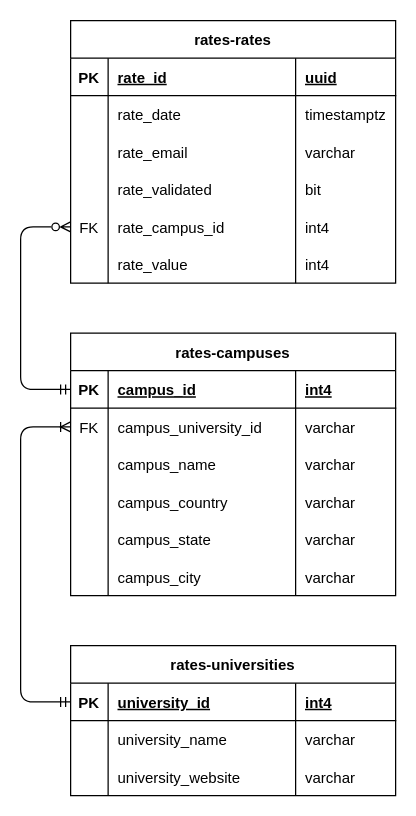
Above: page "database-schema" (3 of 3) of .docs/diagrams.drawio in caio-pavesi/rateauni-website (draw.io), before the change. Source tidied: cells renumbered, new cells numbered last; positions are measured from the earlier drawing's top-left corner, leaving out a move shared by most shapes. Both pictures are drawn from the tidied source at 125%, with x=0, y=0 at pixel (20, 20).
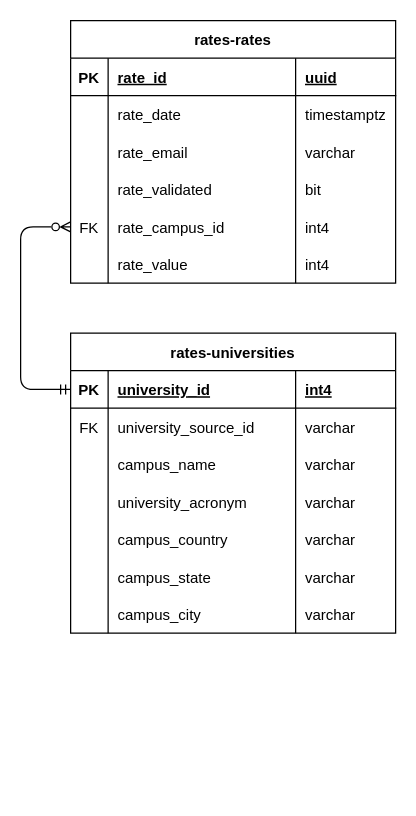
After the change.

Commit message:
docs: Database schema updated

Unchanged cells that the change refers to:
```xml
<mxCell id="41" style="shape=tableRow;horizontal=0;startSize=0;swimlaneHead=0;swimlaneBody=0;fillColor=none;points=[[0,0.5],[1,0.5]];portConstraint=eastwest;top=0;left=0;right=0;bottom=1;" parent="40" vertex="1">
  <mxGeometry y="30" width="260" height="30" as="geometry" />
</mxCell>
<mxCell id="45" style="shape=tableRow;horizontal=0;startSize=0;swimlaneHead=0;swimlaneBody=0;fillColor=none;points=[[0,0.5],[1,0.5]];portConstraint=eastwest;top=0;left=0;right=0;bottom=0;" parent="40" vertex="1">
  <mxGeometry y="60" width="260" height="30" as="geometry" />
</mxCell>
```

Change to the diagram source:
```diff
@@
-    <mxCell id="27" value="rates-universities" style="shape=table;startSize=30;childLayout=tableLayout;rowLines=0;fontStyle=1;align=center;" parent="1" vertex="1">
-      <mxGeometry x="40" y="500" width="260" height="120" as="geometry" />
-    </mxCell>
-    <mxCell id="28" style="shape=tableRow;horizontal=0;startSize=0;swimlaneHead=0;swimlaneBody=0;fillColor=none;points=[[0,0.5],[1,0.5]];portConstraint=eastwest;top=0;left=0;right=0;bottom=1;" parent="27" vertex="1">
-      <mxGeometry y="30" width="260" height="30" as="geometry" />
-    </mxCell>
-    <mxCell id="29" value="PK" style="shape=partialRectangle;fillColor=none;top=0;left=0;bottom=0;right=0;fontStyle=1;overflow=hidden;" parent="28" vertex="1">
-      <mxGeometry width="30" height="30" as="geometry" />
-    </mxCell>
-    <mxCell id="30" value="university_id" style="shape=partialRectangle;fillColor=none;top=0;left=0;bottom=0;right=0;align=left;spacingLeft=6;fontStyle=5;overflow=hidden;" parent="28" vertex="1">
-      <mxGeometry x="30" width="150" height="30" as="geometry" />
-    </mxCell>
-    <mxCell id="31" value="int4" style="shape=partialRectangle;fillColor=none;top=0;left=0;bottom=0;right=0;align=left;spacingLeft=6;fontStyle=5;overflow=hidden;" parent="28" vertex="1">
-      <mxGeometry x="180" width="80" height="30" as="geometry" />
-    </mxCell>
-    <mxCell id="32" style="shape=tableRow;horizontal=0;startSize=0;swimlaneHead=0;swimlaneBody=0;fillColor=none;top=0;left=0;right=0;bottom=0;" parent="27" vertex="1">
-      <mxGeometry y="60" width="260" height="30" as="geometry" />
-    </mxCell>
-    <mxCell id="33" style="shape=partialRectangle;fillColor=none;top=0;left=0;bottom=0;right=0;overflow=hidden;" parent="32" vertex="1">
-      <mxGeometry width="30" height="30" as="geometry" />
-    </mxCell>
-    <mxCell id="34" value="university_name" style="shape=partialRectangle;fillColor=none;top=0;left=0;bottom=0;right=0;align=left;spacingLeft=6;overflow=hidden;" parent="32" vertex="1">
-      <mxGeometry x="30" width="150" height="30" as="geometry" />
-    </mxCell>
-    <mxCell id="35" value="varchar" style="shape=partialRectangle;fillColor=none;top=0;left=0;bottom=0;right=0;align=left;spacingLeft=6;overflow=hidden;" parent="32" vertex="1">
-      <mxGeometry x="180" width="80" height="30" as="geometry" />
-    </mxCell>
-    <mxCell id="36" style="shape=tableRow;horizontal=0;startSize=0;swimlaneHead=0;swimlaneBody=0;fillColor=none;top=0;left=0;right=0;bottom=0;" parent="27" vertex="1">
-      <mxGeometry y="90" width="260" height="30" as="geometry" />
-    </mxCell>
-    <mxCell id="37" style="shape=partialRectangle;fillColor=none;top=0;left=0;bottom=0;right=0;overflow=hidden;" parent="36" vertex="1">
-      <mxGeometry width="30" height="30" as="geometry" />
-    </mxCell>
-    <mxCell id="38" value="university_website" style="shape=partialRectangle;fillColor=none;top=0;left=0;bottom=0;right=0;align=left;spacingLeft=6;overflow=hidden;" parent="36" vertex="1">
-      <mxGeometry x="30" width="150" height="30" as="geometry" />
-    </mxCell>
-    <mxCell id="39" value="varchar" style="shape=partialRectangle;fillColor=none;top=0;left=0;bottom=0;right=0;align=left;spacingLeft=6;overflow=hidden;" parent="36" vertex="1">
-      <mxGeometry x="180" width="80" height="30" as="geometry" />
-    </mxCell>
-    <mxCell id="40" value="rates-campuses" style="shape=table;startSize=30;childLayout=tableLayout;rowLines=0;fontStyle=1;align=center;" parent="1" vertex="1">
-      <mxGeometry x="40" y="250" width="260" height="210" as="geometry" />
+    <mxCell id="40" value="rates-universities" style="shape=table;startSize=30;childLayout=tableLayout;rowLines=0;fontStyle=1;align=center;" parent="1" vertex="1">
+      <mxGeometry x="40" y="250" width="260" height="240" as="geometry" />
     </mxCell>
@@
-    <mxCell id="43" value="campus_id" style="shape=partialRectangle;fillColor=none;top=0;left=0;bottom=0;right=0;align=left;spacingLeft=6;fontStyle=5;overflow=hidden;" parent="41" vertex="1">
+    <mxCell id="43" value="university_id" style="shape=partialRectangle;fillColor=none;top=0;left=0;bottom=0;right=0;align=left;spacingLeft=6;fontStyle=5;overflow=hidden;" parent="41" vertex="1">
       <mxGeometry x="30" width="150" height="30" as="geometry" />
     </mxCell>
@@
-    <mxCell id="47" value="campus_university_id" style="shape=partialRectangle;fillColor=none;top=0;left=0;bottom=0;right=0;align=left;spacingLeft=6;overflow=hidden;" parent="45" vertex="1">
+    <mxCell id="47" value="university_source_id" style="shape=partialRectangle;fillColor=none;top=0;left=0;bottom=0;right=0;align=left;spacingLeft=6;overflow=hidden;" parent="45" vertex="1">
       <mxGeometry x="30" width="150" height="30" as="geometry" />
     </mxCell>
@@
+    <mxCell id="67" style="shape=tableRow;horizontal=0;startSize=0;swimlaneHead=0;swimlaneBody=0;fillColor=none;top=0;left=0;right=0;bottom=0;" parent="40" vertex="1">
+      <mxGeometry y="120" width="260" height="30" as="geometry" />
+    </mxCell>
+    <mxCell id="68" style="shape=partialRectangle;fillColor=none;top=0;left=0;bottom=0;right=0;overflow=hidden;" parent="67" vertex="1">
+      <mxGeometry width="30" height="30" as="geometry" />
+    </mxCell>
+    <mxCell id="69" value="university_acronym" style="shape=partialRectangle;fillColor=none;top=0;left=0;bottom=0;right=0;align=left;spacingLeft=6;overflow=hidden;" parent="67" vertex="1">
+      <mxGeometry x="30" width="150" height="30" as="geometry" />
+    </mxCell>
+    <mxCell id="70" value="varchar" style="shape=partialRectangle;fillColor=none;top=0;left=0;bottom=0;right=0;align=left;spacingLeft=6;overflow=hidden;" parent="67" vertex="1">
+      <mxGeometry x="180" width="80" height="30" as="geometry" />
+    </mxCell>
     <mxCell id="53" style="shape=tableRow;horizontal=0;startSize=0;swimlaneHead=0;swimlaneBody=0;fillColor=none;top=0;left=0;right=0;bottom=0;" parent="40" vertex="1">
-      <mxGeometry y="120" width="260" height="30" as="geometry" />
+      <mxGeometry y="150" width="260" height="30" as="geometry" />
     </mxCell>
@@
     <mxCell id="57" style="shape=tableRow;horizontal=0;startSize=0;swimlaneHead=0;swimlaneBody=0;fillColor=none;top=0;left=0;right=0;bottom=0;" parent="40" vertex="1">
-      <mxGeometry y="150" width="260" height="30" as="geometry" />
+      <mxGeometry y="180" width="260" height="30" as="geometry" />
     </mxCell>
@@
     <mxCell id="61" style="shape=tableRow;horizontal=0;startSize=0;swimlaneHead=0;swimlaneBody=0;fillColor=none;top=0;left=0;right=0;bottom=0;" parent="40" vertex="1">
-      <mxGeometry y="180" width="260" height="30" as="geometry" />
+      <mxGeometry y="210" width="260" height="30" as="geometry" />
     </mxCell>
@@
-    <mxCell id="66" style="edgeStyle=none;html=1;exitX=0;exitY=0.5;exitDx=0;exitDy=0;entryX=0;entryY=0.5;entryDx=0;entryDy=0;startArrow=ERoneToMany;startFill=0;endArrow=ERmandOne;endFill=0;" parent="1" edge="1" source="45" target="28">
-      <mxGeometry relative="1" as="geometry">
-        <Array as="points">
-          <mxPoint y="325" />
-          <mxPoint y="545" />
-        </Array>
-      </mxGeometry>
-    </mxCell>
```
